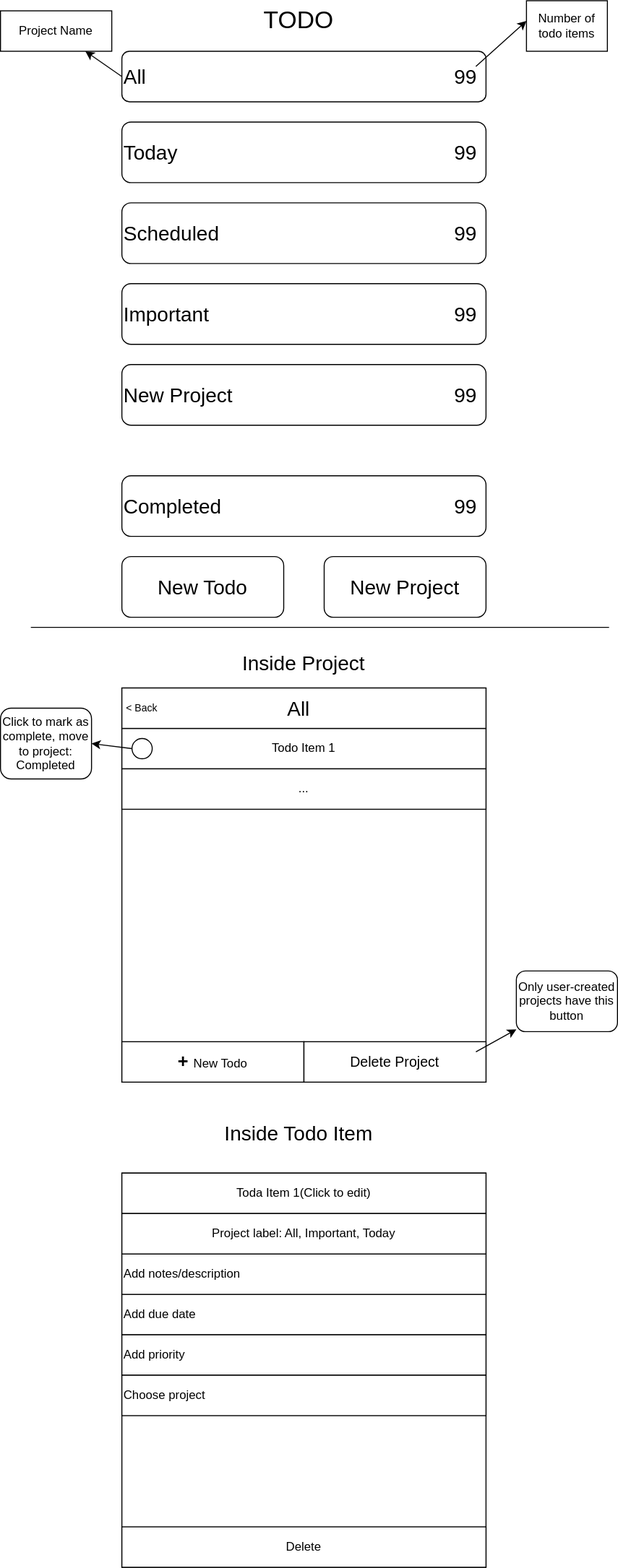
Before: todo-layout.drawio.svg, a diagram exported from draw.io (Alicebond/todo-list). Source tidied: cells renumbered, new cells last; positions are measured from the earlier drawing's top-left corner, leaving out a move shared by most shapes.
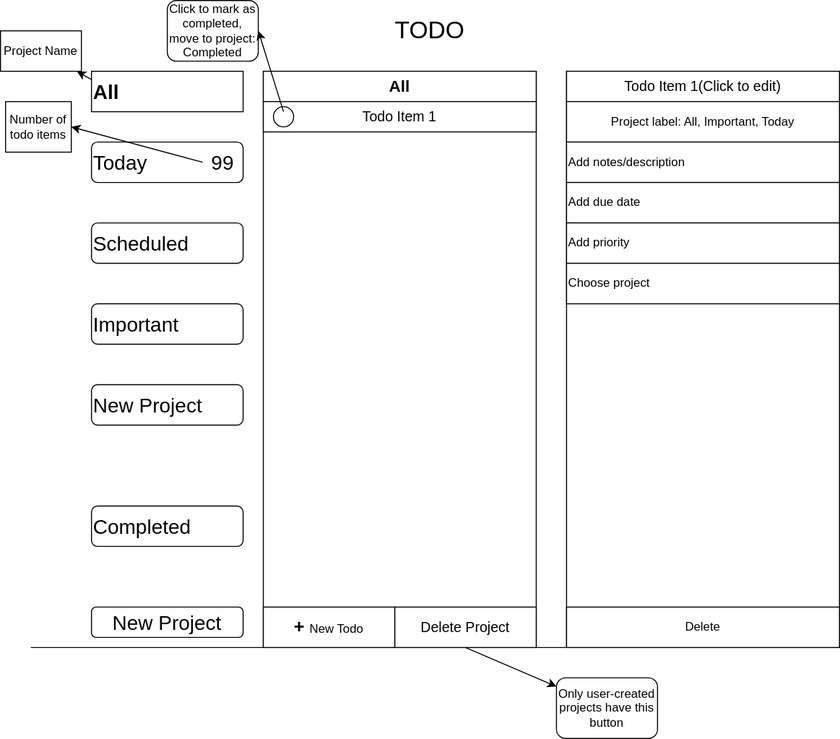
After the change.

Change to the diagram source:
```diff
@@ -2,58 +2,40 @@
   <root>
     <mxCell id="0" />
     <mxCell id="1" parent="0" />
-    <mxCell id="2" value="&lt;font style=&quot;font-size: 20px&quot;&gt;All&lt;/font&gt;" style="rounded=1;whiteSpace=wrap;html=1;align=left;" parent="1" vertex="1">
-      <mxGeometry x="120" y="50" width="360" height="50" as="geometry" />
-    </mxCell>
     <mxCell id="3" value="&lt;font style=&quot;font-size: 20px&quot;&gt;Today&lt;/font&gt;" style="rounded=1;whiteSpace=wrap;html=1;align=left;" parent="1" vertex="1">
-      <mxGeometry x="120" y="120" width="360" height="60" as="geometry" />
+      <mxGeometry x="90" y="120" width="150" height="40" as="geometry" />
     </mxCell>
     <mxCell id="4" value="&lt;font style=&quot;font-size: 20px&quot;&gt;Scheduled&lt;/font&gt;" style="rounded=1;whiteSpace=wrap;html=1;align=left;" parent="1" vertex="1">
-      <mxGeometry x="120" y="200" width="360" height="60" as="geometry" />
+      <mxGeometry x="90" y="200" width="150" height="40" as="geometry" />
     </mxCell>
     <mxCell id="5" value="&lt;font style=&quot;font-size: 20px&quot;&gt;Important&lt;/font&gt;" style="rounded=1;whiteSpace=wrap;html=1;align=left;" parent="1" vertex="1">
-      <mxGeometry x="120" y="280" width="360" height="60" as="geometry" />
+      <mxGeometry x="90" y="280" width="150" height="40" as="geometry" />
     </mxCell>
-    <mxCell id="6" value="&lt;font style=&quot;font-size: 20px&quot;&gt;New Todo&lt;/font&gt;" style="rounded=1;whiteSpace=wrap;html=1;" parent="1" vertex="1">
-      <mxGeometry x="120" y="550" width="160" height="60" as="geometry" />
-    </mxCell>
     <mxCell id="7" value="&lt;font style=&quot;font-size: 20px&quot;&gt;New Project&lt;/font&gt;" style="rounded=1;whiteSpace=wrap;html=1;" parent="1" vertex="1">
-      <mxGeometry x="320" y="550" width="160" height="60" as="geometry" />
+      <mxGeometry x="90" y="580" width="150" height="30" as="geometry" />
     </mxCell>
-    <mxCell id="8" value="&lt;div&gt;&lt;span&gt;&lt;font style=&quot;font-size: 20px&quot;&gt;99&lt;/font&gt;&lt;/span&gt;&lt;/div&gt;" style="text;html=1;strokeColor=none;fillColor=none;align=center;verticalAlign=middle;whiteSpace=wrap;rounded=0;" parent="1" vertex="1">
-      <mxGeometry x="440" y="65" width="40" height="20" as="geometry" />
-    </mxCell>
-    <mxCell id="9" style="edgeStyle=orthogonalEdgeStyle;rounded=0;orthogonalLoop=1;jettySize=auto;html=1;exitX=0.5;exitY=1;exitDx=0;exitDy=0;" parent="1" edge="1" source="2" target="2">
-      <mxGeometry relative="1" as="geometry" />
+    <mxCell id="9" style="edgeStyle=orthogonalEdgeStyle;rounded=0;orthogonalLoop=1;jettySize=auto;html=1;exitX=0.5;exitY=1;exitDx=0;exitDy=0;" parent="1" edge="1">
+      <mxGeometry relative="1" as="geometry">
+        <mxPoint x="240" y="100" as="sourcePoint" />
+        <mxPoint x="240" y="100" as="targetPoint" />
+      </mxGeometry>
     </mxCell>
     <mxCell id="10" value="&lt;font style=&quot;font-size: 24px&quot;&gt;TODO&lt;/font&gt;" style="text;html=1;strokeColor=none;fillColor=none;align=center;verticalAlign=middle;whiteSpace=wrap;rounded=0;" parent="1" vertex="1">
-      <mxGeometry x="150" y="10" width="290" height="20" as="geometry" />
+      <mxGeometry x="280" width="290" height="20" as="geometry" />
     </mxCell>
-    <mxCell id="11" value="&lt;div&gt;&lt;span&gt;&lt;font style=&quot;font-size: 20px&quot;&gt;99&lt;/font&gt;&lt;/span&gt;&lt;/div&gt;" style="text;html=1;strokeColor=none;fillColor=none;align=center;verticalAlign=middle;whiteSpace=wrap;rounded=0;" parent="1" vertex="1">
-      <mxGeometry x="440" y="220" width="40" height="20" as="geometry" />
-    </mxCell>
-    <mxCell id="12" value="&lt;div&gt;&lt;span&gt;&lt;font style=&quot;font-size: 20px&quot;&gt;99&lt;/font&gt;&lt;/span&gt;&lt;/div&gt;" style="text;html=1;strokeColor=none;fillColor=none;align=center;verticalAlign=middle;whiteSpace=wrap;rounded=0;" parent="1" vertex="1">
-      <mxGeometry x="440" y="300" width="40" height="20" as="geometry" />
-    </mxCell>
     <mxCell id="13" value="&lt;div&gt;&lt;span&gt;&lt;font style=&quot;font-size: 20px&quot;&gt;99&lt;/font&gt;&lt;/span&gt;&lt;/div&gt;" style="text;html=1;strokeColor=none;fillColor=none;align=center;verticalAlign=middle;whiteSpace=wrap;rounded=0;" parent="1" vertex="1">
-      <mxGeometry x="440" y="140" width="40" height="20" as="geometry" />
+      <mxGeometry x="200" y="130" width="40" height="20" as="geometry" />
     </mxCell>
-    <mxCell id="14" style="endArrow=classic;html=1;exitX=0;exitY=0.5;exitDx=0;exitDy=0;" parent="1" edge="1" source="2" target="15">
-      <mxGeometry relative="1" as="geometry" />
+    <mxCell id="14" style="endArrow=classic;html=1;exitX=0;exitY=0.5;exitDx=0;exitDy=0;" parent="1" edge="1" target="15">
+      <mxGeometry relative="1" as="geometry">
+        <mxPoint x="120" y="75" as="sourcePoint" />
+      </mxGeometry>
     </mxCell>
     <mxCell id="15" value="Project Name" style="rounded=0;whiteSpace=wrap;html=1;" parent="1" vertex="1">
-      <mxGeometry y="10" width="110" height="40" as="geometry" />
+      <mxGeometry y="10" width="80" height="40" as="geometry" />
     </mxCell>
-    <mxCell id="16" style="endArrow=classic;html=1;exitX=0.75;exitY=0;exitDx=0;exitDy=0;" parent="1" edge="1" source="8">
-      <mxGeometry relative="1" as="geometry">
-        <mxPoint x="520" y="20" as="targetPoint" />
-        <Array as="points">
-          <mxPoint x="520" y="20" />
-        </Array>
-      </mxGeometry>
-    </mxCell>
     <mxCell id="17" value="Number of todo items" style="rounded=0;whiteSpace=wrap;html=1;" parent="1" vertex="1">
-      <mxGeometry x="520" width="80" height="50" as="geometry" />
+      <mxGeometry x="5" y="80" width="65" height="50" as="geometry" />
     </mxCell>
     <mxCell id="18" style="endArrow=none;html=1;" parent="1" edge="1">
       <mxGeometry relative="1" as="geometry">
@@ -61,88 +43,71 @@
         <mxPoint x="601.7" y="620" as="targetPoint" />
       </mxGeometry>
     </mxCell>
-    <mxCell id="19" style="rounded=0;whiteSpace=wrap;html=1;" parent="1" vertex="1">
-      <mxGeometry x="120" y="680" width="360" height="390" as="geometry" />
-    </mxCell>
-    <mxCell id="20" value="&lt;font style=&quot;font-size: 20px&quot;&gt;Inside Project&lt;/font&gt;" style="text;html=1;strokeColor=none;fillColor=none;align=center;verticalAlign=middle;whiteSpace=wrap;rounded=0;" parent="1" vertex="1">
-      <mxGeometry x="175" y="640" width="250" height="30" as="geometry" />
-    </mxCell>
-    <mxCell id="21" style="rounded=0;whiteSpace=wrap;html=1;" parent="1" vertex="1">
-      <mxGeometry x="120" y="1160" width="360" height="390" as="geometry" />
-    </mxCell>
-    <mxCell id="22" value="&lt;font style=&quot;font-size: 20px&quot;&gt;Inside Todo Item&lt;/font&gt;" style="text;html=1;strokeColor=none;fillColor=none;align=center;verticalAlign=middle;whiteSpace=wrap;rounded=0;" parent="1" vertex="1">
-      <mxGeometry x="140" y="1100" width="310" height="40" as="geometry" />
-    </mxCell>
-    <mxCell id="23" value="Toda Item 1(Click to edit)" style="rounded=0;whiteSpace=wrap;html=1;" parent="1" vertex="1">
-      <mxGeometry x="120" y="1160" width="360" height="40" as="geometry" />
-    </mxCell>
-    <mxCell id="24" value="Add due date" style="rounded=0;whiteSpace=wrap;html=1;align=left;" parent="1" vertex="1">
-      <mxGeometry x="120" y="1280" width="360" height="40" as="geometry" />
-    </mxCell>
-    <mxCell id="25" value="Add notes/description&lt;span style=&quot;color: rgba(0 , 0 , 0 , 0) ; font-family: monospace ; font-size: 0px&quot;&gt;%3CmxGraphModel%3E%3Croot%3E%3CmxCell%20id%3D%220%22%2F%3E%3CmxCell%20id%3D%221%22%20parent%3D%220%22%2F%3E%3CmxCell%20id%3D%222%22%20value%3D%22Toda%20Item%201(Click%20to%20edit)%22%20style%3D%22rounded%3D0%3BwhiteSpace%3Dwrap%3Bhtml%3D1%3B%22%20vertex%3D%221%22%20parent%3D%221%22%3E%3CmxGeometry%20x%3D%22120%22%20y%3D%221180%22%20width%3D%22360%22%20height%3D%2240%22%20as%3D%22geometry%22%2F%3E%3C%2FmxCell%3E%3C%2Froot%3E%3C%2FmxGraphModel%3E&lt;/span&gt;" style="rounded=0;whiteSpace=wrap;html=1;align=left;" parent="1" vertex="1">
-      <mxGeometry x="120" y="1240" width="360" height="40" as="geometry" />
-    </mxCell>
-    <mxCell id="26" value="Add priority" style="rounded=0;whiteSpace=wrap;html=1;align=left;" parent="1" vertex="1">
-      <mxGeometry x="120" y="1320" width="360" height="40" as="geometry" />
-    </mxCell>
-    <mxCell id="27" value="Choose project" style="rounded=0;whiteSpace=wrap;html=1;align=left;" parent="1" vertex="1">
-      <mxGeometry x="120" y="1360" width="360" height="40" as="geometry" />
-    </mxCell>
-    <mxCell id="28" value="Click to mark as complete, move to project: Completed" style="rounded=1;whiteSpace=wrap;html=1;" parent="1" vertex="1">
-      <mxGeometry y="700" width="90" height="70" as="geometry" />
+    <mxCell id="28" value="Click to mark as completed, move to project: Completed" style="rounded=1;whiteSpace=wrap;html=1;" parent="1" vertex="1">
+      <mxGeometry x="165" y="-20" width="90" height="60" as="geometry" />
     </mxCell>
     <mxCell id="29" value="&lt;font style=&quot;font-size: 20px&quot;&gt;New Project&lt;/font&gt;" style="rounded=1;whiteSpace=wrap;html=1;align=left;" parent="1" vertex="1">
-      <mxGeometry x="120" y="360" width="360" height="60" as="geometry" />
+      <mxGeometry x="90" y="360" width="150" height="40" as="geometry" />
     </mxCell>
-    <mxCell id="30" value="&lt;div&gt;&lt;span&gt;&lt;font style=&quot;font-size: 20px&quot;&gt;99&lt;/font&gt;&lt;/span&gt;&lt;/div&gt;" style="text;html=1;strokeColor=none;fillColor=none;align=center;verticalAlign=middle;whiteSpace=wrap;rounded=0;" parent="1" vertex="1">
-      <mxGeometry x="440" y="380" width="40" height="20" as="geometry" />
-    </mxCell>
-    <mxCell id="31" value="Todo Item 1" style="rounded=0;whiteSpace=wrap;html=1;strokeWidth=0;align=center;" parent="1" vertex="1">
-      <mxGeometry x="120" y="720" width="360" height="40" as="geometry" />
-    </mxCell>
-    <mxCell id="32" style="ellipse;whiteSpace=wrap;html=1;strokeWidth=1;" parent="1" vertex="1">
-      <mxGeometry x="130" y="730" width="20" height="20" as="geometry" />
-    </mxCell>
-    <mxCell id="33" style="endArrow=classic;html=1;entryX=1;entryY=0.5;entryDx=0;entryDy=0;exitX=0;exitY=0.5;exitDx=0;exitDy=0;" parent="1" edge="1" source="32" target="28">
-      <mxGeometry relative="1" as="geometry" />
-    </mxCell>
-    <mxCell id="34" value="&lt;b&gt;&lt;font style=&quot;font-size: 18px&quot;&gt;+&lt;/font&gt;&lt;/b&gt; New Todo" style="rounded=0;whiteSpace=wrap;html=1;strokeWidth=1;" parent="1" vertex="1">
-      <mxGeometry x="120" y="1030" width="180" height="40" as="geometry" />
-    </mxCell>
-    <mxCell id="35" style="rounded=0;whiteSpace=wrap;html=1;strokeWidth=1;" parent="1" vertex="1">
-      <mxGeometry x="120" y="680" width="360" height="40" as="geometry" />
-    </mxCell>
-    <mxCell id="36" value="&lt;font style=&quot;font-size: 20px&quot;&gt;All&lt;/font&gt;" style="text;html=1;strokeColor=none;fillColor=none;align=center;verticalAlign=middle;whiteSpace=wrap;rounded=0;" parent="1" vertex="1">
-      <mxGeometry x="275" y="690" width="40" height="20" as="geometry" />
-    </mxCell>
-    <mxCell id="37" value="&lt;span style=&quot;font-size: 10px&quot;&gt;&amp;lt; Back&lt;/span&gt;" style="text;html=1;strokeColor=none;fillColor=none;align=center;verticalAlign=middle;whiteSpace=wrap;rounded=0;" parent="1" vertex="1">
-      <mxGeometry x="120" y="690" width="40" height="20" as="geometry" />
-    </mxCell>
-    <mxCell id="38" value="Project label: All, Important, Today" style="rounded=0;whiteSpace=wrap;html=1;strokeWidth=1;" parent="1" vertex="1">
-      <mxGeometry x="120" y="1200" width="360" height="40" as="geometry" />
-    </mxCell>
-    <mxCell id="39" value="Delete" style="rounded=0;whiteSpace=wrap;html=1;strokeWidth=1;" parent="1" vertex="1">
-      <mxGeometry x="120" y="1510" width="360" height="40" as="geometry" />
-    </mxCell>
-    <mxCell id="40" value="..." style="rounded=0;whiteSpace=wrap;html=1;strokeWidth=1;" parent="1" vertex="1">
-      <mxGeometry x="120" y="760" width="360" height="40" as="geometry" />
-    </mxCell>
-    <mxCell id="41" value="&lt;font style=&quot;font-size: 14px&quot;&gt;Delete Project&lt;/font&gt;" style="rounded=0;whiteSpace=wrap;html=1;strokeWidth=1;" parent="1" vertex="1">
-      <mxGeometry x="300" y="1030" width="180" height="40" as="geometry" />
-    </mxCell>
-    <mxCell id="42" style="endArrow=classic;html=1;" parent="1" edge="1" target="43">
-      <mxGeometry relative="1" as="geometry">
-        <mxPoint x="470" y="1040" as="sourcePoint" />
-      </mxGeometry>
+    <mxCell id="42" style="endArrow=classic;html=1;exitX=0.5;exitY=1;exitDx=0;exitDy=0;" parent="1" edge="1" source="41" target="43">
+      <mxGeometry relative="1" as="geometry" />
     </mxCell>
     <mxCell id="43" value="Only user-created projects have this button" style="rounded=1;whiteSpace=wrap;html=1;strokeWidth=1;" parent="1" vertex="1">
-      <mxGeometry x="510" y="960" width="100" height="60" as="geometry" />
+      <mxGeometry x="550" y="650" width="100" height="60" as="geometry" />
     </mxCell>
     <mxCell id="44" value="&lt;font style=&quot;font-size: 20px&quot;&gt;Completed&lt;/font&gt;" style="rounded=1;whiteSpace=wrap;html=1;align=left;" parent="1" vertex="1">
-      <mxGeometry x="120" y="470" width="360" height="60" as="geometry" />
+      <mxGeometry x="90" y="480" width="150" height="40" as="geometry" />
     </mxCell>
-    <mxCell id="45" value="&lt;div&gt;&lt;span&gt;&lt;font style=&quot;font-size: 20px&quot;&gt;99&lt;/font&gt;&lt;/span&gt;&lt;/div&gt;" style="text;html=1;strokeColor=none;fillColor=none;align=center;verticalAlign=middle;whiteSpace=wrap;rounded=0;" parent="1" vertex="1">
-      <mxGeometry x="440" y="490" width="40" height="20" as="geometry" />
-    </mxCell>
+    <mxCell id="46" style="rounded=0;whiteSpace=wrap;html=1;" parent="1" vertex="1">
+      <mxGeometry x="260" y="50" width="270" height="570" as="geometry" />
+    </mxCell>
+    <mxCell id="47" style="endArrow=classic;html=1;entryX=1;entryY=0.5;entryDx=0;entryDy=0;exitX=0;exitY=0.5;exitDx=0;exitDy=0;" parent="1" edge="1" source="13" target="17">
+      <mxGeometry relative="1" as="geometry" />
+    </mxCell>
+    <mxCell id="48" value="&lt;font style=&quot;font-size: 20px&quot;&gt;&lt;b&gt;All&lt;/b&gt;&lt;/font&gt;" style="rounded=0;whiteSpace=wrap;html=1;align=left;" parent="1" vertex="1">
+      <mxGeometry x="90" y="50" width="150" height="40" as="geometry" />
+    </mxCell>
+    <mxCell id="49" value="&lt;font size=&quot;1&quot;&gt;&lt;b style=&quot;font-size: 16px&quot;&gt;All&lt;/b&gt;&lt;/font&gt;" style="rounded=0;whiteSpace=wrap;html=1;" parent="1" vertex="1">
+      <mxGeometry x="260" y="50" width="270" height="30" as="geometry" />
+    </mxCell>
+    <mxCell id="50" style="rounded=0;whiteSpace=wrap;html=1;" parent="1" vertex="1">
+      <mxGeometry x="560" y="50" width="270" height="570" as="geometry" />
+    </mxCell>
+    <mxCell id="31" value="&lt;font style=&quot;font-size: 14px&quot;&gt;Todo Item 1&lt;/font&gt;" style="rounded=0;whiteSpace=wrap;html=1;" parent="1" vertex="1">
+      <mxGeometry x="260" y="80" width="270" height="30" as="geometry" />
+    </mxCell>
+    <mxCell id="51" value="&lt;font style=&quot;font-size: 14px&quot;&gt;Todo Item 1(Click to edit)&lt;/font&gt;" style="rounded=0;whiteSpace=wrap;html=1;" parent="1" vertex="1">
+      <mxGeometry x="560" y="50" width="270" height="30" as="geometry" />
+    </mxCell>
+    <mxCell id="41" value="&lt;font style=&quot;font-size: 14px&quot;&gt;Delete Project&lt;/font&gt;" style="rounded=0;whiteSpace=wrap;html=1;strokeWidth=1;" parent="1" vertex="1">
+      <mxGeometry x="390" y="580" width="140" height="40" as="geometry" />
+    </mxCell>
+    <mxCell id="34" value="&lt;b&gt;&lt;font style=&quot;font-size: 18px&quot;&gt;+&lt;/font&gt;&lt;/b&gt; New Todo" style="rounded=0;whiteSpace=wrap;html=1;strokeWidth=1;" parent="1" vertex="1">
+      <mxGeometry x="260" y="580" width="130" height="40" as="geometry" />
+    </mxCell>
+    <mxCell id="52" style="ellipse;whiteSpace=wrap;html=1;strokeWidth=1;" parent="1" vertex="1">
+      <mxGeometry x="270" y="85" width="20" height="20" as="geometry" />
+    </mxCell>
+    <mxCell id="53" style="endArrow=classic;html=1;exitX=0.5;exitY=0.25;exitDx=0;exitDy=0;exitPerimeter=0;entryX=1;entryY=0.5;entryDx=0;entryDy=0;" parent="1" edge="1" source="52" target="28">
+      <mxGeometry relative="1" as="geometry" />
+    </mxCell>
+    <mxCell id="38" value="Project label: All, Important, Today" style="rounded=0;whiteSpace=wrap;html=1;strokeWidth=1;" parent="1" vertex="1">
+      <mxGeometry x="560" y="80" width="270" height="40" as="geometry" />
+    </mxCell>
+    <mxCell id="25" value="Add notes/description&lt;span style=&quot;color: rgba(0 , 0 , 0 , 0) ; font-family: monospace ; font-size: 0px&quot;&gt;%3CmxGraphModel%3E%3Croot%3E%3CmxCell%20id%3D%220%22%2F%3E%3CmxCell%20id%3D%221%22%20parent%3D%220%22%2F%3E%3CmxCell%20id%3D%222%22%20value%3D%22Toda%20Item%201(Click%20to%20edit)%22%20style%3D%22rounded%3D0%3BwhiteSpace%3Dwrap%3Bhtml%3D1%3B%22%20vertex%3D%221%22%20parent%3D%221%22%3E%3CmxGeometry%20x%3D%22120%22%20y%3D%221180%22%20width%3D%22360%22%20height%3D%2240%22%20as%3D%22geometry%22%2F%3E%3C%2FmxCell%3E%3C%2Froot%3E%3C%2FmxGraphModel%3E&lt;/span&gt;" style="rounded=0;whiteSpace=wrap;html=1;align=left;" parent="1" vertex="1">
+      <mxGeometry x="560" y="120" width="270" height="40" as="geometry" />
+    </mxCell>
+    <mxCell id="24" value="Add due date" style="rounded=0;whiteSpace=wrap;html=1;align=left;" parent="1" vertex="1">
+      <mxGeometry x="560" y="160" width="270" height="40" as="geometry" />
+    </mxCell>
+    <mxCell id="26" value="Add priority" style="rounded=0;whiteSpace=wrap;html=1;align=left;" parent="1" vertex="1">
+      <mxGeometry x="560" y="200" width="270" height="40" as="geometry" />
+    </mxCell>
+    <mxCell id="27" value="Choose project" style="rounded=0;whiteSpace=wrap;html=1;align=left;" parent="1" vertex="1">
+      <mxGeometry x="560" y="240" width="270" height="40" as="geometry" />
+    </mxCell>
+    <mxCell id="39" value="Delete" style="rounded=0;whiteSpace=wrap;html=1;strokeWidth=1;" parent="1" vertex="1">
+      <mxGeometry x="560" y="580" width="270" height="40" as="geometry" />
+    </mxCell>
   </root>
 </mxGraphModel>
```
